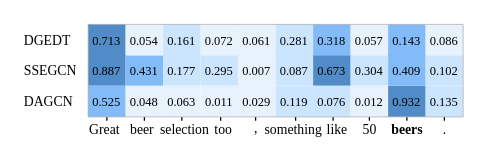
zhaicao/images keeps this draw.io diagram as case study.drawio. Above is the earlier version. Source tidied: cells renumbered, new cells numbered last; positions are measured from the earlier drawing's top-left corner, leaving out a move shared by most shapes. Both pictures are drawn from the tidied source at 125%, with x=0, y=0 at pixel (21, 21).
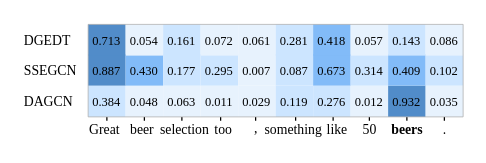
The same diagram, later.

The edit, as a diff of the source:
```diff
@@
-    <mxCell id="2" value="&lt;font style=&quot;font-size: 10px;&quot;&gt;0.525&lt;/font&gt;" style="whiteSpace=wrap;html=1;strokeColor=none;fillColor=#82BBF8;fontSize=10;fontFamily=Times New Roman;" parent="1" vertex="1">
+    <mxCell id="2" value="&lt;font style=&quot;font-size: 10px;&quot;&gt;0.384&lt;/font&gt;" style="whiteSpace=wrap;html=1;strokeColor=none;fillColor=#CCE5FF;fontSize=10;fontFamily=Times New Roman;" parent="1" vertex="1">
       <mxGeometry x="53" y="51" width="30" height="25" as="geometry" />
     </mxCell>
@@
-    <mxCell id="8" value="&lt;font style=&quot;font-size: 10px;&quot;&gt;0.076&lt;/font&gt;" style="whiteSpace=wrap;html=1;strokeColor=none;fillColor=#CCE5FF;fontSize=10;fontFamily=Times New Roman;" parent="1" vertex="1">
+    <mxCell id="8" value="&lt;font style=&quot;font-size: 10px;&quot;&gt;0.276&lt;/font&gt;" style="whiteSpace=wrap;html=1;strokeColor=none;fillColor=#CCE5FF;fontSize=10;fontFamily=Times New Roman;" parent="1" vertex="1">
       <mxGeometry x="233" y="51" width="30" height="25" as="geometry" />
     </mxCell>
@@
-    <mxCell id="11" value="&lt;font style=&quot;font-size: 10px;&quot;&gt;0.135&lt;/font&gt;" style="whiteSpace=wrap;html=1;fillColor=#cce5ff;strokeColor=none;fontSize=10;fontFamily=Times New Roman;" parent="1" vertex="1">
+    <mxCell id="11" value="&lt;font style=&quot;font-size: 10px;&quot;&gt;0.035&lt;/font&gt;" style="whiteSpace=wrap;html=1;fillColor=#E7F2FD;strokeColor=none;fontSize=10;fontFamily=Times New Roman;" parent="1" vertex="1">
       <mxGeometry x="323" y="51" width="30" height="25" as="geometry" />
     </mxCell>
@@
-    <mxCell id="22" value="&lt;font style=&quot;font-size: 10px;&quot;&gt;0.431&lt;/font&gt;" style="whiteSpace=wrap;html=1;fillColor=#82BBF8;strokeColor=none;fontSize=10;fontFamily=Times New Roman;" parent="1" vertex="1">
+    <mxCell id="22" value="&lt;font style=&quot;font-size: 10px;&quot;&gt;0.430&lt;/font&gt;" style="whiteSpace=wrap;html=1;fillColor=#82BBF8;strokeColor=none;fontSize=10;fontFamily=Times New Roman;" parent="1" vertex="1">
       <mxGeometry x="83" y="26" width="30" height="25" as="geometry" />
     </mxCell>
@@
-    <mxCell id="27" value="&lt;font style=&quot;font-size: 10px;&quot;&gt;0.673&lt;/font&gt;" style="whiteSpace=wrap;html=1;strokeColor=none;fillColor=#518CC9;fontSize=10;fontFamily=Times New Roman;" parent="1" vertex="1">
+    <mxCell id="27" value="&lt;font style=&quot;font-size: 10px;&quot;&gt;0.673&lt;/font&gt;" style="whiteSpace=wrap;html=1;strokeColor=none;fillColor=#82BBF8;fontSize=10;fontFamily=Times New Roman;" parent="1" vertex="1">
       <mxGeometry x="233" y="26" width="30" height="25" as="geometry" />
     </mxCell>
-    <mxCell id="28" value="&lt;font style=&quot;font-size: 10px;&quot;&gt;0.304&lt;/font&gt;" style="whiteSpace=wrap;html=1;fillColor=#cce5ff;strokeColor=none;fontSize=10;fontFamily=Times New Roman;" parent="1" vertex="1">
+    <mxCell id="28" value="&lt;font style=&quot;font-size: 10px;&quot;&gt;0.314&lt;/font&gt;" style="whiteSpace=wrap;html=1;fillColor=#cce5ff;strokeColor=none;fontSize=10;fontFamily=Times New Roman;" parent="1" vertex="1">
       <mxGeometry x="263" y="26" width="30" height="25" as="geometry" />
     </mxCell>
@@
-    <mxCell id="37" value="&lt;font style=&quot;font-size: 10px;&quot;&gt;0.318&lt;/font&gt;" style="whiteSpace=wrap;html=1;strokeColor=none;fillColor=#82BBF8;fontSize=10;fontFamily=Times New Roman;" parent="1" vertex="1">
+    <mxCell id="37" value="&lt;font style=&quot;font-size: 10px;&quot;&gt;0.418&lt;/font&gt;" style="whiteSpace=wrap;html=1;strokeColor=none;fillColor=#82BBF8;fontSize=10;fontFamily=Times New Roman;" parent="1" vertex="1">
       <mxGeometry x="233" y="2" width="30" height="25" as="geometry" />
     </mxCell>
@@
-    <mxCell id="39" value="&lt;font style=&quot;font-size: 10px;&quot;&gt;0.143&lt;/font&gt;" style="whiteSpace=wrap;html=1;strokeColor=none;fillColor=#82BBF8;fontSize=10;fontFamily=Times New Roman;" parent="1" vertex="1">
+    <mxCell id="39" value="&lt;font style=&quot;font-size: 10px;&quot;&gt;0.143&lt;/font&gt;" style="whiteSpace=wrap;html=1;strokeColor=none;fillColor=#CCE5FF;fontSize=10;fontFamily=Times New Roman;" parent="1" vertex="1">
       <mxGeometry x="293" y="2" width="30" height="25" as="geometry" />
     </mxCell>
```
